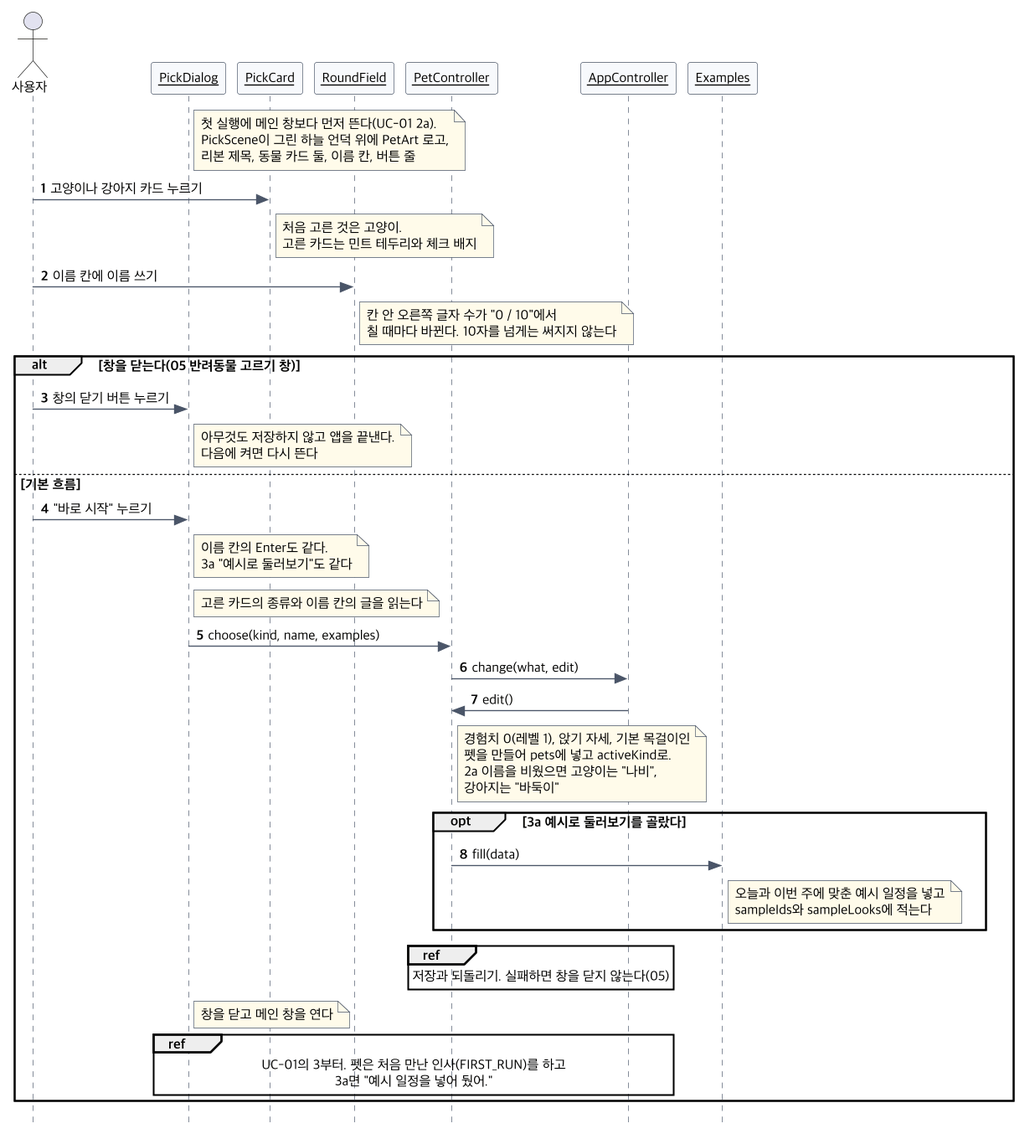
This is docs/diagrams/seq-uc17.png from 2026-2-software-system-design-11/planning-pet-app, a PlantUML export, as it was before one commit.
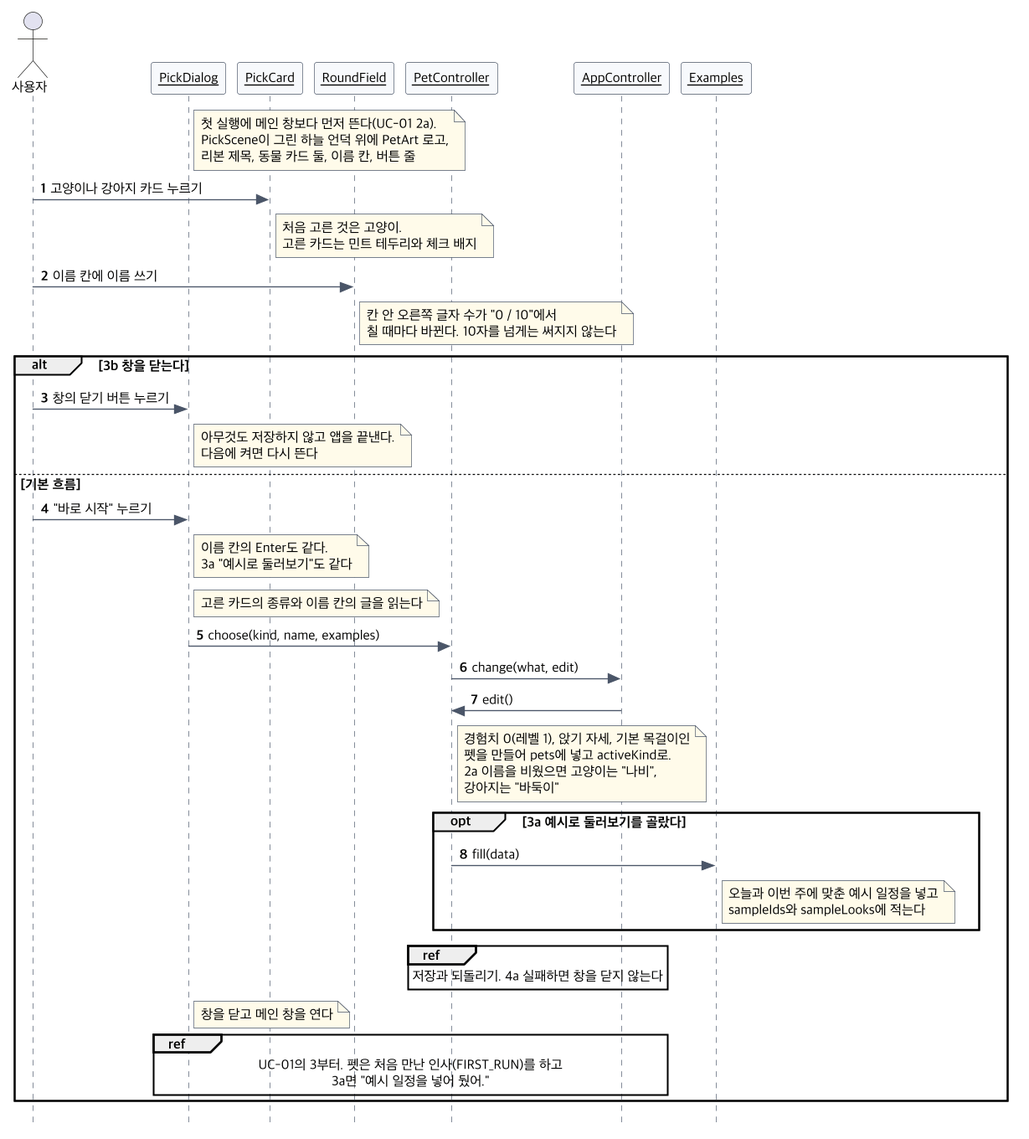
Above is the later version.

Commit message:
docs(pet): UC-17 반려동물 고르기에 창 닫기와 저장 실패 갈래 넣기 (#318)

What changed in the source:
```diff
@@ -12,7 +12,7 @@
 note right of PickCard : 처음 고른 것은 고양이.\n고른 카드는 민트 테두리와 체크 배지
 사용자 -> RoundField : 이름 칸에 이름 쓰기
 note right of RoundField : 칸 안 오른쪽 글자 수가 "0 / 10"에서\n칠 때마다 바뀐다. 10자를 넘게는 써지지 않는다
-alt 창을 닫는다(05 반려동물 고르기 창)
+alt 3b 창을 닫는다
   사용자 -> PickDialog : 창의 닫기 버튼 누르기
   note right of PickDialog : 아무것도 저장하지 않고 앱을 끝낸다.\n다음에 켜면 다시 뜬다
 else 기본 흐름
@@ -27,7 +27,7 @@
     PetController -> Examples : fill(data)
     note right of Examples : 오늘과 이번 주에 맞춘 예시 일정을 넣고\nsampleIds와 sampleLooks에 적는다
   end
-  ref over PetController, AppController : 저장과 되돌리기. 실패하면 창을 닫지 않는다(05)
+  ref over PetController, AppController : 저장과 되돌리기. 4a 실패하면 창을 닫지 않는다
   note right of PickDialog : 창을 닫고 메인 창을 연다
   ref over PickDialog, AppController : UC-01의 3부터. 펫은 처음 만난 인사(FIRST_RUN)를 하고\n3a면 "예시 일정을 넣어 뒀어."
 end
```
